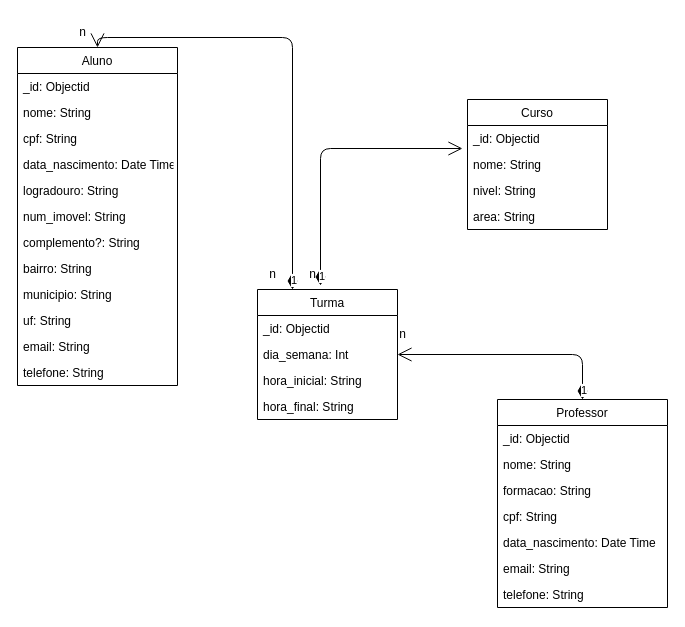
Before: page "Page-2" (2 of 2) of DOCS/modelagem-bd.drawio in JoaoVictorGarcia2/bn-not-2023-2, a draw.io diagram. Source tidied: cells renumbered, new cells numbered last; positions are measured from the earlier drawing's top-left corner, leaving out a move shared by most shapes. Both pictures are drawn from the tidied source at 100%, with x=0, y=0 at pixel (17, 17).
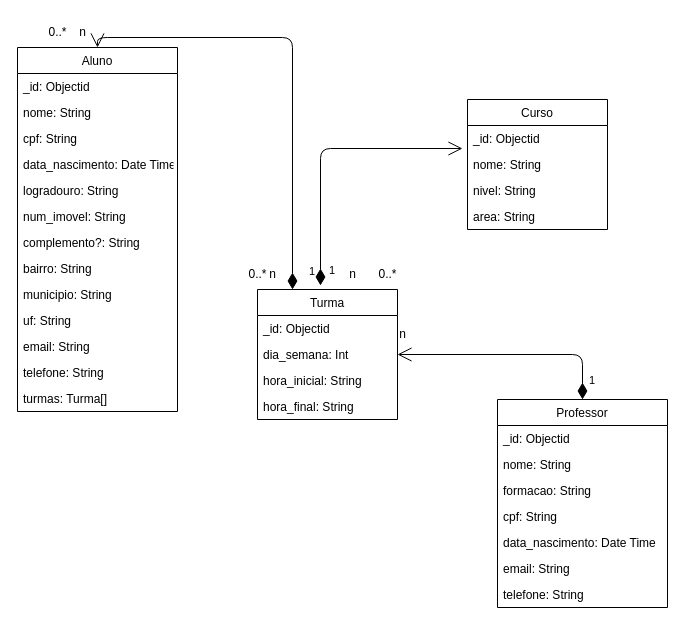
After the change.

Unchanged cells that the change refers to:
```xml
<mxCell id="3" value="_id: Objectid" style="text;strokeColor=none;fillColor=none;align=left;verticalAlign=top;spacingLeft=4;spacingRight=4;overflow=hidden;points=[[0,0.5],[1,0.5]];portConstraint=eastwest;" parent="2" vertex="1">
  <mxGeometry y="26" width="140" height="26" as="geometry" />
</mxCell>
<mxCell id="20" value="Turma" style="swimlane;fontStyle=0;horizontal=1;startSize=26;fillColor=none;" parent="1" vertex="1">
  <mxGeometry x="240" y="272" width="140" height="130" as="geometry" />
</mxCell>
<mxCell id="22" value="dia_semana: Int" style="text;strokeColor=none;fillColor=none;align=left;verticalAlign=top;spacingLeft=4;spacingRight=4;overflow=hidden;points=[[0,0.5],[1,0.5]];portConstraint=eastwest;" parent="20" vertex="1">
  <mxGeometry y="52" width="140" height="26" as="geometry" />
</mxCell>
<mxCell id="25" value="Professor" style="swimlane;fontStyle=0;horizontal=1;startSize=26;fillColor=none;" parent="1" vertex="1">
  <mxGeometry x="480" y="382" width="170" height="208" as="geometry" />
</mxCell>
```

The edit, as a diff of the source:
```diff
@@
     <mxCell id="7" value="Aluno" style="swimlane;fontStyle=0;horizontal=1;startSize=26;fillColor=none;" parent="1" vertex="1">
-      <mxGeometry y="30" width="160" height="338" as="geometry" />
+      <mxGeometry y="30" width="160" height="364" as="geometry" />
     </mxCell>
@@
+    <mxCell id="40" value="telefone: String" style="text;strokeColor=none;fillColor=none;align=left;verticalAlign=top;spacingLeft=4;spacingRight=4;overflow=hidden;" parent="7" vertex="1">
+      <mxGeometry y="312" width="160" height="26" as="geometry" />
+    </mxCell>
-    <mxCell id="19" value="telefone: String" style="text;strokeColor=none;fillColor=none;align=left;verticalAlign=top;spacingLeft=4;spacingRight=4;overflow=hidden;" parent="7" vertex="1">
-      <mxGeometry y="312" width="160" height="26" as="geometry" />
+    <mxCell id="19" value="turmas: Turma[]" style="text;strokeColor=none;fillColor=none;align=left;verticalAlign=top;spacingLeft=4;spacingRight=4;overflow=hidden;" parent="7" vertex="1">
+      <mxGeometry y="338" width="160" height="26" as="geometry" />
     </mxCell>
@@
     <mxCell id="33" value="1" style="endArrow=open;html=1;endSize=12;startArrow=diamondThin;startSize=14;startFill=1;edgeStyle=orthogonalEdgeStyle;align=left;verticalAlign=bottom;exitX=0.5;exitY=0;exitDx=0;exitDy=0;entryX=1;entryY=0.5;entryDx=0;entryDy=0;" parent="1" edge="1" source="25" target="22">
-      <mxGeometry x="-1" y="3" relative="1" as="geometry" />
+      <mxGeometry x="-0.91" y="-5" relative="1" as="geometry" />
     </mxCell>
     <mxCell id="34" value="1" style="endArrow=open;html=1;endSize=12;startArrow=diamondThin;startSize=14;startFill=1;edgeStyle=orthogonalEdgeStyle;align=left;verticalAlign=bottom;exitX=0.45;exitY=-0.031;exitDx=0;exitDy=0;exitPerimeter=0;entryX=-0.036;entryY=0.885;entryDx=0;entryDy=0;entryPerimeter=0;" parent="1" edge="1" source="20" target="3">
-      <mxGeometry x="-1" y="3" relative="1" as="geometry" />
+      <mxGeometry x="-0.96" y="-7" relative="1" as="geometry" />
     </mxCell>
     <mxCell id="35" value="1" style="endArrow=open;html=1;endSize=12;startArrow=diamondThin;startSize=14;startFill=1;edgeStyle=orthogonalEdgeStyle;align=left;verticalAlign=bottom;exitX=0.25;exitY=0;exitDx=0;exitDy=0;entryX=0.5;entryY=0;entryDx=0;entryDy=0;" parent="1" edge="1" source="20" target="7">
-      <mxGeometry x="-1" y="3" relative="1" as="geometry" />
+      <mxGeometry x="-0.96" y="-15" relative="1" as="geometry" />
     </mxCell>
@@
     <mxCell id="38" value="n" style="text;html=1;align=center;verticalAlign=middle;strokeColor=none;fillColor=none;" parent="1" vertex="1">
-      <mxGeometry x="280" y="242" width="30" height="30" as="geometry" />
+      <mxGeometry x="320" y="242" width="30" height="30" as="geometry" />
     </mxCell>
@@
+    <mxCell id="41" value="0..*" style="text;html=1;align=center;verticalAlign=middle;strokeColor=none;fillColor=none;" parent="1" vertex="1">
+      <mxGeometry x="20" width="40" height="30" as="geometry" />
+    </mxCell>
+    <mxCell id="42" value="0..*" style="text;html=1;align=center;verticalAlign=middle;strokeColor=none;fillColor=none;" parent="1" vertex="1">
+      <mxGeometry x="220" y="242" width="40" height="30" as="geometry" />
+    </mxCell>
+    <mxCell id="43" value="0..*" style="text;html=1;align=center;verticalAlign=middle;strokeColor=none;fillColor=none;" parent="1" vertex="1">
+      <mxGeometry x="350" y="242" width="40" height="30" as="geometry" />
+    </mxCell>
```
